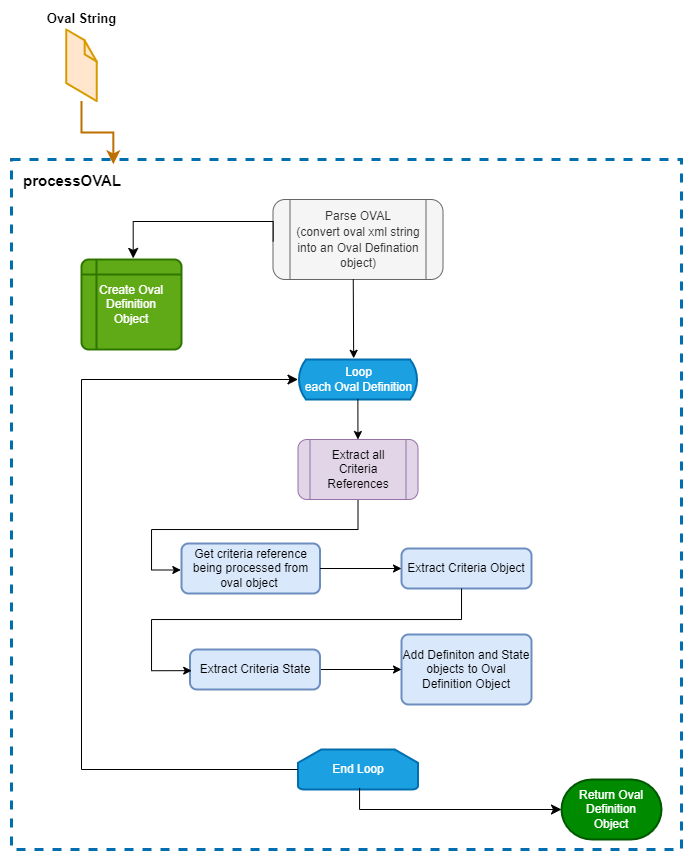
Before: images/ts-inspec-objects-oval-workflow-process.png, a diagram exported from draw.io (mitre/ts-inspec-objects). Source tidied: cells renumbered, new cells last; positions are measured from the earlier drawing's top-left corner, leaving out a move shared by most shapes.
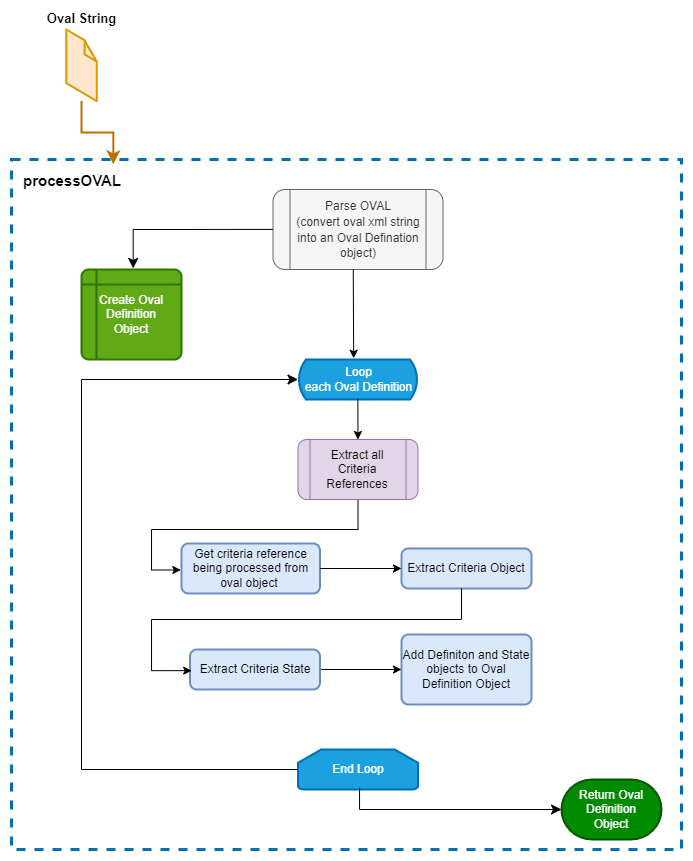
Later version of the same file.

Change to the diagram source:
```diff
@@ -6,7 +6,7 @@
       <mxGeometry y="130" width="670" height="690" as="geometry" />
     </mxCell>
     <mxCell id="3" value="&lt;span style=&quot;font-size: 12px; text-align: left;&quot;&gt;Parse OVAL&lt;/span&gt;&lt;div&gt;&lt;span style=&quot;font-size: 12px; text-align: left;&quot;&gt;(convert oval xml string into an Oval Defination object)&lt;/span&gt;&lt;/div&gt;" style="shape=process;whiteSpace=wrap;html=1;backgroundOutline=1;fontSize=13;rounded=1;fillColor=#f5f5f5;fontColor=#333333;strokeColor=#666666;" parent="1" vertex="1">
-      <mxGeometry x="261.5" y="170" width="170" height="80" as="geometry" />
+      <mxGeometry x="261.5" y="160" width="170" height="80" as="geometry" />
     </mxCell>
     <mxCell id="4" value="&lt;b&gt;Oval String&lt;/b&gt;" style="verticalLabelPosition=top;html=1;verticalAlign=bottom;strokeWidth=1;align=center;outlineConnect=0;outlineConnect=0;shape=mxgraph.aws3d.file;strokeColor=#d79b00;fontSize=13;fillColor=#ffe6cc;labelPosition=center;" parent="1" vertex="1">
       <mxGeometry x="54.7" width="30.7" height="71.6" as="geometry" />
@@ -50,12 +50,12 @@
       <mxGeometry x="390" y="605" width="130" height="70" as="geometry" />
     </mxCell>
     <mxCell id="14" value="Create Oval Definition&lt;div&gt;Object&lt;/div&gt;" style="shape=internalStorage;whiteSpace=wrap;html=1;dx=15;dy=15;rounded=1;arcSize=8;strokeWidth=2;fillColor=#60a917;fontColor=#ffffff;strokeColor=#2D7600;" parent="1" vertex="1">
-      <mxGeometry x="70" y="230" width="100" height="90" as="geometry" />
+      <mxGeometry x="70" y="240" width="100" height="90" as="geometry" />
     </mxCell>
-    <mxCell id="15" style="edgeStyle=elbowEdgeStyle;elbow=vertical;endArrow=classic;html=1;curved=0;rounded=0;endSize=8;startSize=8;entryX=0.517;entryY=-0.012;entryDx=0;entryDy=0;entryPerimeter=0;exitX=0.001;exitY=0.524;exitDx=0;exitDy=0;exitPerimeter=0;" parent="1" edge="1" source="3" target="14">
+    <mxCell id="15" style="edgeStyle=elbowEdgeStyle;elbow=vertical;endArrow=classic;html=1;curved=0;rounded=0;endSize=8;startSize=8;entryX=0.517;entryY=-0.012;entryDx=0;entryDy=0;entryPerimeter=0;exitX=-0.001;exitY=0.499;exitDx=0;exitDy=0;exitPerimeter=0;" parent="1" edge="1" source="3" target="14">
       <mxGeometry relative="1" as="geometry">
         <Array as="points">
-          <mxPoint x="100" y="192" />
+          <mxPoint x="190" y="200" />
         </Array>
       </mxGeometry>
     </mxCell>
```
